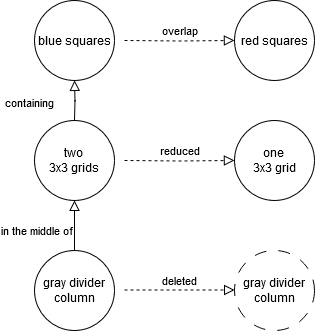
Before: 0520fde7_flowchart.png, a diagram exported from draw.io (ExplorerTCF/Simple). Source tidied: cells renumbered, new cells last; positions are measured from the earlier drawing's top-left corner, leaving out a move shared by most shapes.
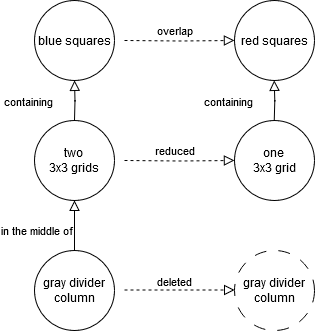
The same diagram one commit later.

Change to the diagram source:
```diff
@@ -9,7 +9,7 @@
       </mxGeometry>
     </mxCell>
     <mxCell id="3" value="overlap" style="edgeStyle=orthogonalEdgeStyle;rounded=0;html=1;jettySize=auto;fontSize=11;endArrow=block;endFill=0;endSize=8;strokeWidth=1;shadow=0;labelBackgroundColor=none;entryX=0;entryY=0.5;entryDx=0;entryDy=0;dashed=1;" parent="1" edge="1" target="8">
-      <mxGeometry y="10" relative="1" as="geometry">
+      <mxGeometry x="-0.1" y="10" relative="1" as="geometry">
         <mxPoint x="90" y="40" as="sourcePoint" />
       </mxGeometry>
     </mxCell>
@@ -20,7 +20,7 @@
       </mxGeometry>
     </mxCell>
     <mxCell id="5" value="reduced" style="edgeStyle=orthogonalEdgeStyle;rounded=0;html=1;jettySize=auto;fontSize=11;endArrow=block;endFill=0;endSize=8;strokeWidth=1;shadow=0;labelBackgroundColor=none;entryX=0;entryY=0.5;entryDx=0;entryDy=0;dashed=1;" parent="1" edge="1" target="7">
-      <mxGeometry y="10" relative="1" as="geometry">
+      <mxGeometry x="-0.1" y="10" relative="1" as="geometry">
         <mxPoint x="90" y="160" as="sourcePoint" />
       </mxGeometry>
     </mxCell>
@@ -43,10 +43,16 @@
       <mxGeometry width="80" height="80" as="geometry" />
     </mxCell>
     <mxCell id="12" value="deleted" style="edgeStyle=orthogonalEdgeStyle;rounded=0;html=1;jettySize=auto;orthogonalLoop=1;fontSize=11;endArrow=block;endFill=0;endSize=8;strokeWidth=1;shadow=0;labelBackgroundColor=none;entryX=0;entryY=0.5;entryDx=0;entryDy=0;dashed=1;" parent="1" edge="1">
-      <mxGeometry y="10" relative="1" as="geometry">
+      <mxGeometry x="-0.09" y="9" relative="1" as="geometry">
         <mxPoint x="90" y="289.5" as="sourcePoint" />
         <mxPoint x="200" y="289.5" as="targetPoint" />
       </mxGeometry>
     </mxCell>
+    <mxCell id="13" value="containing" style="rounded=0;html=1;jettySize=auto;orthogonalLoop=1;fontSize=11;endArrow=block;endFill=0;endSize=8;strokeWidth=1;shadow=0;labelBackgroundColor=none;edgeStyle=orthogonalEdgeStyle;align=right;" parent="1" edge="1">
+      <mxGeometry y="20" relative="1" as="geometry">
+        <mxPoint x="239.8" y="120" as="sourcePoint" />
+        <mxPoint x="239.8" y="80" as="targetPoint" />
+      </mxGeometry>
+    </mxCell>
   </root>
 </mxGraphModel>
```
